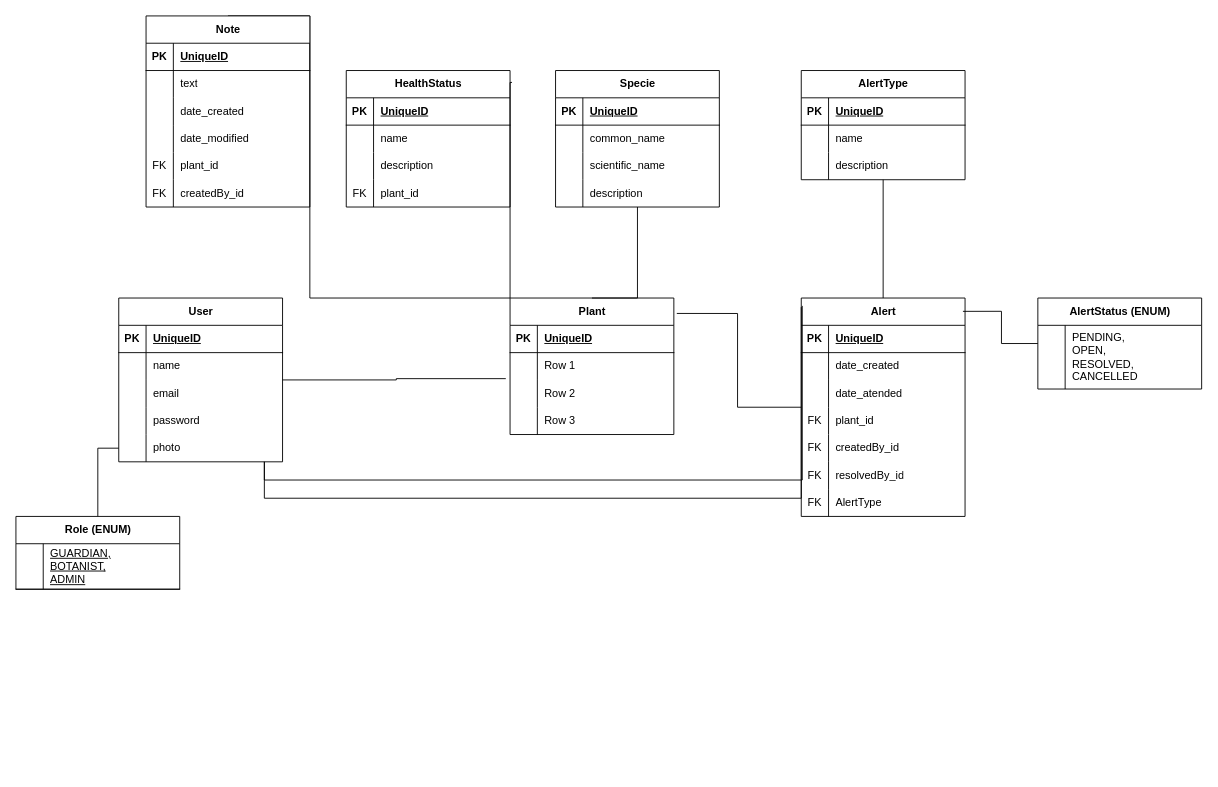
This is Counting Trees.drawio from victoriasegovia/Counting-Trees, a draw.io file, before an edit. Source tidied: cells renumbered, new cells numbered last; positions are measured from the earlier drawing's top-left corner, leaving out a move shared by most shapes. Both pictures are drawn from the tidied source at 91%, with x=0, y=0 at pixel (15, 15).
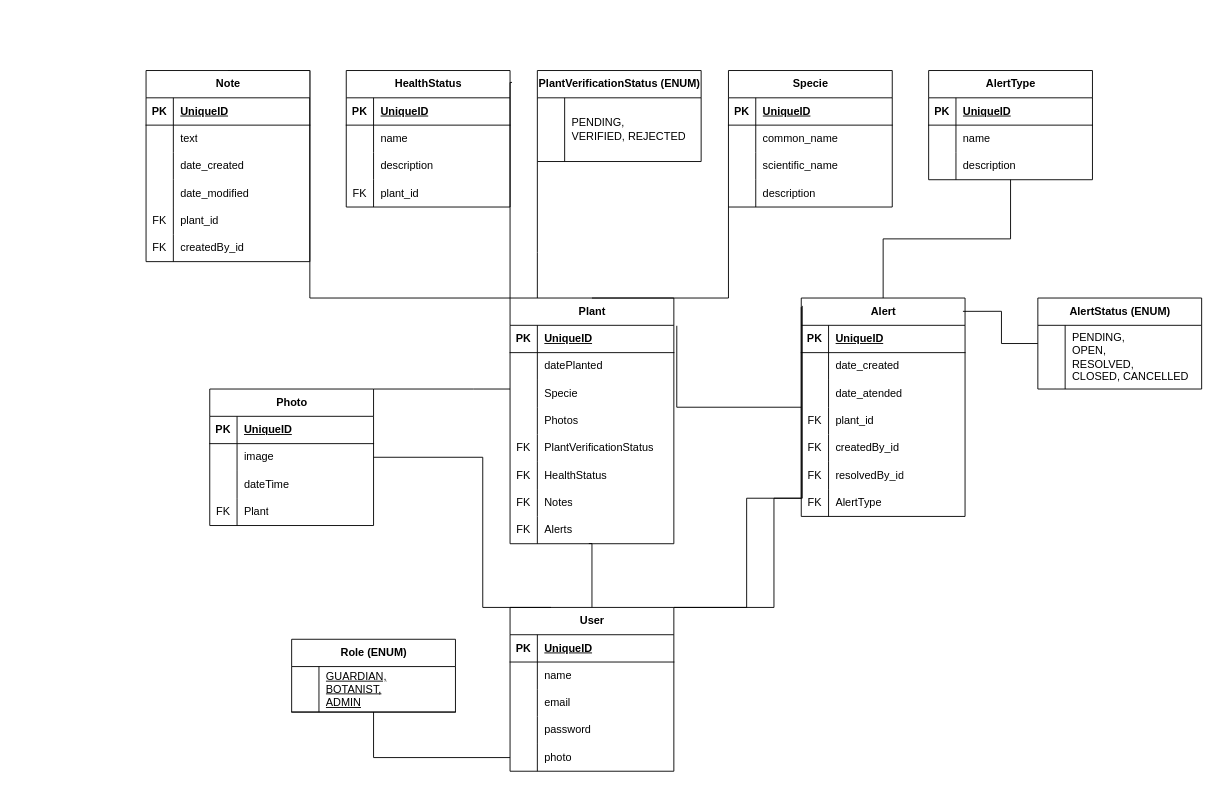
After the change.

Unchanged cells that the change refers to:
```xml
<mxCell id="7" style="shape=tableRow;horizontal=0;startSize=0;swimlaneHead=0;swimlaneBody=0;fillColor=none;top=0;left=0;right=0;bottom=0;" parent="3" vertex="1">
  <mxGeometry y="60" width="180" height="30" as="geometry" />
</mxCell>
<mxCell id="10" style="shape=tableRow;horizontal=0;startSize=0;swimlaneHead=0;swimlaneBody=0;fillColor=none;points=[[0,0.5],[1,0.5]];portConstraint=eastwest;top=0;left=0;right=0;bottom=0;" parent="3" vertex="1">
  <mxGeometry y="90" width="180" height="30" as="geometry" />
</mxCell>
<mxCell id="13" style="shape=tableRow;horizontal=0;startSize=0;swimlaneHead=0;swimlaneBody=0;fillColor=none;top=0;left=0;right=0;bottom=0;" parent="3" vertex="1">
  <mxGeometry y="120" width="180" height="30" as="geometry" />
</mxCell>
<mxCell id="16" value="Alert" style="shape=table;startSize=30;childLayout=tableLayout;rowLines=0;fontStyle=1;align=center;html=1;" parent="1" vertex="1">
  <mxGeometry x="863" y="310" width="180" height="240" as="geometry" />
</mxCell>
<mxCell id="122" style="shape=tableRow;horizontal=0;startSize=0;swimlaneHead=0;swimlaneBody=0;fillColor=none;top=0;left=0;right=0;bottom=0;" parent="121" vertex="1">
  <mxGeometry y="30" width="180" height="70" as="geometry" />
</mxCell>
```

What changed in the source:
```diff
@@
     <mxCell id="2" style="edgeStyle=orthogonalEdgeStyle;rounded=0;jettySize=auto;html=1;entryX=0.5;entryY=0;entryDx=0;entryDy=0;endArrow=none;endFill=0;" parent="1" edge="1" source="3" target="50">
       <mxGeometry relative="1" as="geometry">
         <Array as="points">
           <mxPoint x="323" y="310" />
-          <mxPoint x="323" />
+          <mxPoint x="323" y="60" />
         </Array>
       </mxGeometry>
     </mxCell>
+    <mxCell id="126" style="edgeStyle=orthogonalEdgeStyle;rounded=0;jettySize=auto;html=1;endArrow=none;endFill=0;" parent="1" edge="1" source="3" target="140">
+      <mxGeometry relative="1" as="geometry">
+        <Array as="points">
+          <mxPoint x="573" y="260" />
+          <mxPoint x="573" y="260" />
+        </Array>
+      </mxGeometry>
+    </mxCell>
     <mxCell id="3" value="Plant" style="shape=table;startSize=30;childLayout=tableLayout;rowLines=0;fontStyle=1;align=center;html=1;" parent="1" vertex="1">
-      <mxGeometry x="543" y="310" width="180" height="150" as="geometry" />
+      <mxGeometry x="543" y="310" width="180" height="270" as="geometry" />
     </mxCell>
@@
-    <mxCell id="9" value="Row 1" style="shape=partialRectangle;fillColor=none;top=0;left=0;bottom=0;right=0;align=left;spacingLeft=6;overflow=hidden;whiteSpace=wrap;html=1;" parent="7" vertex="1">
+    <mxCell id="9" value="datePlanted" style="shape=partialRectangle;fillColor=none;top=0;left=0;bottom=0;right=0;align=left;spacingLeft=6;overflow=hidden;whiteSpace=wrap;html=1;" parent="7" vertex="1">
       <mxGeometry x="30" width="150" height="30" as="geometry" />
     </mxCell>
@@
-    <mxCell id="12" value="Row 2" style="shape=partialRectangle;fillColor=none;top=0;left=0;bottom=0;right=0;align=left;spacingLeft=6;overflow=hidden;whiteSpace=wrap;html=1;" parent="10" vertex="1">
+    <mxCell id="12" value="Specie" style="shape=partialRectangle;fillColor=none;top=0;left=0;bottom=0;right=0;align=left;spacingLeft=6;overflow=hidden;whiteSpace=wrap;html=1;" parent="10" vertex="1">
       <mxGeometry x="30" width="150" height="30" as="geometry" />
     </mxCell>
@@
-    <mxCell id="15" value="Row 3" style="shape=partialRectangle;fillColor=none;top=0;left=0;bottom=0;right=0;align=left;spacingLeft=6;overflow=hidden;whiteSpace=wrap;html=1;" parent="13" vertex="1">
+    <mxCell id="15" value="Photos" style="shape=partialRectangle;fillColor=none;top=0;left=0;bottom=0;right=0;align=left;spacingLeft=6;overflow=hidden;whiteSpace=wrap;html=1;" parent="13" vertex="1">
       <mxGeometry x="30" width="150" height="30" as="geometry" />
     </mxCell>
+    <mxCell id="127" style="shape=tableRow;horizontal=0;startSize=0;swimlaneHead=0;swimlaneBody=0;fillColor=none;top=0;left=0;right=0;bottom=0;" parent="3" vertex="1">
+      <mxGeometry y="150" width="180" height="30" as="geometry" />
+    </mxCell>
+    <mxCell id="128" value="FK" style="shape=partialRectangle;fillColor=none;top=0;left=0;bottom=0;right=0;overflow=hidden;whiteSpace=wrap;html=1;" parent="127" vertex="1">
+      <mxGeometry width="30" height="30" as="geometry" />
+    </mxCell>
+    <mxCell id="129" value="PlantVerificationStatus" style="shape=partialRectangle;fillColor=none;top=0;left=0;bottom=0;right=0;align=left;spacingLeft=6;overflow=hidden;whiteSpace=wrap;html=1;" parent="127" vertex="1">
+      <mxGeometry x="30" width="150" height="30" as="geometry" />
+    </mxCell>
+    <mxCell id="130" style="shape=tableRow;horizontal=0;startSize=0;swimlaneHead=0;swimlaneBody=0;fillColor=none;top=0;left=0;right=0;bottom=0;" parent="3" vertex="1">
+      <mxGeometry y="180" width="180" height="30" as="geometry" />
+    </mxCell>
+    <mxCell id="131" value="FK" style="shape=partialRectangle;fillColor=none;top=0;left=0;bottom=0;right=0;overflow=hidden;whiteSpace=wrap;html=1;" parent="130" vertex="1">
+      <mxGeometry width="30" height="30" as="geometry" />
+    </mxCell>
+    <mxCell id="132" value="HealthStatus" style="shape=partialRectangle;fillColor=none;top=0;left=0;bottom=0;right=0;align=left;spacingLeft=6;overflow=hidden;whiteSpace=wrap;html=1;" parent="130" vertex="1">
+      <mxGeometry x="30" width="150" height="30" as="geometry" />
+    </mxCell>
+    <mxCell id="133" style="shape=tableRow;horizontal=0;startSize=0;swimlaneHead=0;swimlaneBody=0;fillColor=none;top=0;left=0;right=0;bottom=0;" parent="3" vertex="1">
+      <mxGeometry y="210" width="180" height="30" as="geometry" />
+    </mxCell>
+    <mxCell id="134" value="FK" style="shape=partialRectangle;fillColor=none;top=0;left=0;bottom=0;right=0;overflow=hidden;whiteSpace=wrap;html=1;" parent="133" vertex="1">
+      <mxGeometry width="30" height="30" as="geometry" />
+    </mxCell>
+    <mxCell id="135" value="Notes" style="shape=partialRectangle;fillColor=none;top=0;left=0;bottom=0;right=0;align=left;spacingLeft=6;overflow=hidden;whiteSpace=wrap;html=1;" parent="133" vertex="1">
+      <mxGeometry x="30" width="150" height="30" as="geometry" />
+    </mxCell>
+    <mxCell id="136" style="shape=tableRow;horizontal=0;startSize=0;swimlaneHead=0;swimlaneBody=0;fillColor=none;points=[[0,0.5],[1,0.5]];portConstraint=eastwest;top=0;left=0;right=0;bottom=0;" parent="3" vertex="1">
+      <mxGeometry y="240" width="180" height="30" as="geometry" />
+    </mxCell>
+    <mxCell id="137" value="FK" style="shape=partialRectangle;fillColor=none;top=0;left=0;bottom=0;right=0;overflow=hidden;whiteSpace=wrap;html=1;" parent="136" vertex="1">
+      <mxGeometry width="30" height="30" as="geometry" />
+    </mxCell>
+    <mxCell id="138" value="Alerts" style="shape=partialRectangle;fillColor=none;top=0;left=0;bottom=0;right=0;align=left;spacingLeft=6;overflow=hidden;whiteSpace=wrap;html=1;" parent="136" vertex="1">
+      <mxGeometry x="30" width="150" height="30" as="geometry" />
+    </mxCell>
@@
     <mxCell id="39" value="AlertType" style="shape=table;startSize=30;childLayout=tableLayout;rowLines=0;fontStyle=1;align=center;html=1;" parent="1" vertex="1">
-      <mxGeometry x="863" y="60" width="180" height="120" as="geometry" />
+      <mxGeometry x="1003" y="60" width="180" height="120" as="geometry" />
     </mxCell>
@@
     <mxCell id="49" style="edgeStyle=orthogonalEdgeStyle;rounded=0;jettySize=auto;html=1;entryX=1.018;entryY=0.113;entryDx=0;entryDy=0;entryPerimeter=0;endArrow=none;endFill=0;" parent="1" edge="1" source="16" target="3">
-      <mxGeometry relative="1" as="geometry" />
+      <mxGeometry relative="1" as="geometry">
+        <Array as="points">
+          <mxPoint x="726" y="430" />
+        </Array>
+      </mxGeometry>
     </mxCell>
     <mxCell id="50" value="Note" style="shape=table;startSize=30;childLayout=tableLayout;rowLines=0;fontStyle=1;align=center;html=1;" parent="1" vertex="1">
-      <mxGeometry x="143" width="180" height="210" as="geometry" />
+      <mxGeometry x="143" y="60" width="180" height="210" as="geometry" />
     </mxCell>
@@
     <mxCell id="83" style="edgeStyle=orthogonalEdgeStyle;rounded=0;jettySize=auto;html=1;entryX=0.5;entryY=0;entryDx=0;entryDy=0;endArrow=none;endFill=0;" parent="1" edge="1" source="84" target="3">
       <mxGeometry relative="1" as="geometry">
         <Array as="points">
-          <mxPoint x="683" y="310" />
+          <mxPoint x="783" y="310" />
         </Array>
       </mxGeometry>
     </mxCell>
     <mxCell id="84" value="Specie" style="shape=table;startSize=30;childLayout=tableLayout;rowLines=0;fontStyle=1;align=center;html=1;" parent="1" vertex="1">
-      <mxGeometry x="593" y="60" width="180" height="150" as="geometry" />
+      <mxGeometry x="783" y="60" width="180" height="150" as="geometry" />
     </mxCell>
@@
     <mxCell id="97" value="User" style="shape=table;startSize=30;childLayout=tableLayout;rowLines=0;fontStyle=1;align=center;html=1;" parent="1" vertex="1">
-      <mxGeometry x="113" y="310" width="180" height="180" as="geometry" />
+      <mxGeometry x="543" y="650" width="180" height="180" as="geometry" />
     </mxCell>
@@
     <mxCell id="114" value="Role (ENUM)" style="shape=table;startSize=30;childLayout=tableLayout;rowLines=0;fontStyle=1;align=center;html=1;" parent="1" vertex="1">
-      <mxGeometry y="550" width="180" height="80" as="geometry" />
+      <mxGeometry x="303" y="685" width="180" height="80" as="geometry" />
     </mxCell>
@@
-    <mxCell id="118" style="edgeStyle=orthogonalEdgeStyle;rounded=0;jettySize=auto;html=1;entryX=-0.026;entryY=-0.047;entryDx=0;entryDy=0;entryPerimeter=0;endArrow=none;endFill=0;" parent="1" edge="1" source="97" target="10">
-      <mxGeometry relative="1" as="geometry" />
-    </mxCell>
     <mxCell id="119" style="edgeStyle=orthogonalEdgeStyle;rounded=0;jettySize=auto;html=1;entryX=0.006;entryY=0.036;entryDx=0;entryDy=0;entryPerimeter=0;endArrow=none;endFill=0;" parent="1" edge="1" source="97" target="16">
       <mxGeometry relative="1" as="geometry">
         <Array as="points">
-          <mxPoint x="273" y="510" />
-          <mxPoint x="864" y="510" />
+          <mxPoint x="803" y="650" />
+          <mxPoint x="803" y="530" />
+          <mxPoint x="864" y="530" />
         </Array>
       </mxGeometry>
     </mxCell>
     <mxCell id="120" style="edgeStyle=orthogonalEdgeStyle;rounded=0;jettySize=auto;html=1;endArrow=none;endFill=0;" parent="1" edge="1" source="97">
       <mxGeometry relative="1" as="geometry">
         <mxPoint x="863" y="320" as="targetPoint" />
         <Array as="points">
-          <mxPoint x="273" y="530" />
+          <mxPoint x="833" y="650" />
+          <mxPoint x="833" y="530" />
           <mxPoint x="863" y="530" />
         </Array>
       </mxGeometry>
     </mxCell>
@@
-    <mxCell id="124" value="PENDING,&amp;nbsp;&lt;div&gt;OPEN, &lt;br&gt;RESOLVED, CANCELLED&lt;/div&gt;" style="shape=partialRectangle;fillColor=none;top=0;left=0;bottom=0;right=0;align=left;spacingLeft=6;overflow=hidden;whiteSpace=wrap;html=1;" parent="122" vertex="1">
+    <mxCell id="124" value="PENDING,&amp;nbsp;&lt;div&gt;OPEN, &lt;br&gt;RESOLVED,&lt;br&gt;CLOSED, CANCELLED&lt;/div&gt;" style="shape=partialRectangle;fillColor=none;top=0;left=0;bottom=0;right=0;align=left;spacingLeft=6;overflow=hidden;whiteSpace=wrap;html=1;" parent="122" vertex="1">
       <mxGeometry x="30" width="150" height="70" as="geometry" />
     </mxCell>
@@
+    <mxCell id="139" value="PlantVerificationStatus (ENUM)" style="shape=table;startSize=30;childLayout=tableLayout;rowLines=0;fontStyle=1;align=center;html=1;" parent="1" vertex="1">
+      <mxGeometry x="573" y="60" width="180" height="100" as="geometry" />
+    </mxCell>
+    <mxCell id="140" style="shape=tableRow;horizontal=0;startSize=0;swimlaneHead=0;swimlaneBody=0;fillColor=none;points=[[0,0.5],[1,0.5]];portConstraint=eastwest;top=0;left=0;right=0;bottom=0;" parent="139" vertex="1">
+      <mxGeometry y="30" width="180" height="70" as="geometry" />
+    </mxCell>
+    <mxCell id="141" style="shape=partialRectangle;fillColor=none;top=0;left=0;bottom=0;right=0;overflow=hidden;whiteSpace=wrap;html=1;" parent="140" vertex="1">
+      <mxGeometry width="30" height="70" as="geometry" />
+    </mxCell>
+    <mxCell id="142" value="PENDING,&amp;nbsp;&lt;div&gt;VERIFIED, REJECTED&lt;/div&gt;" style="shape=partialRectangle;fillColor=none;top=0;left=0;bottom=0;right=0;align=left;spacingLeft=6;overflow=hidden;whiteSpace=wrap;html=1;" parent="140" vertex="1">
+      <mxGeometry x="30" width="150" height="70" as="geometry" />
+    </mxCell>
+    <mxCell id="143" style="edgeStyle=orthogonalEdgeStyle;rounded=0;jettySize=auto;html=1;endArrow=none;endFill=0;" parent="1" edge="1" source="145" target="3">
+      <mxGeometry relative="1" as="geometry">
+        <Array as="points">
+          <mxPoint x="503" y="410" />
+          <mxPoint x="503" y="410" />
+        </Array>
+      </mxGeometry>
+    </mxCell>
+    <mxCell id="144" style="edgeStyle=orthogonalEdgeStyle;rounded=0;jettySize=auto;html=1;entryX=0.25;entryY=0;entryDx=0;entryDy=0;endArrow=none;endFill=0;" parent="1" edge="1" source="145" target="97">
+      <mxGeometry relative="1" as="geometry">
+        <Array as="points">
+          <mxPoint x="513" y="485" />
+          <mxPoint x="513" y="650" />
+        </Array>
+      </mxGeometry>
+    </mxCell>
+    <mxCell id="145" value="Photo" style="shape=table;startSize=30;childLayout=tableLayout;rowLines=0;fontStyle=1;align=center;html=1;" parent="1" vertex="1">
+      <mxGeometry x="213" y="410" width="180" height="150" as="geometry" />
+    </mxCell>
+    <mxCell id="146" style="shape=tableRow;horizontal=0;startSize=0;swimlaneHead=0;swimlaneBody=0;fillColor=none;top=0;left=0;right=0;bottom=1;" parent="145" vertex="1">
+      <mxGeometry y="30" width="180" height="30" as="geometry" />
+    </mxCell>
+    <mxCell id="147" value="PK" style="shape=partialRectangle;fillColor=none;top=0;left=0;bottom=0;right=0;fontStyle=1;overflow=hidden;whiteSpace=wrap;html=1;" parent="146" vertex="1">
+      <mxGeometry width="30" height="30" as="geometry" />
+    </mxCell>
+    <mxCell id="148" value="UniqueID" style="shape=partialRectangle;fillColor=none;top=0;left=0;bottom=0;right=0;align=left;spacingLeft=6;fontStyle=5;overflow=hidden;whiteSpace=wrap;html=1;" parent="146" vertex="1">
+      <mxGeometry x="30" width="150" height="30" as="geometry" />
+    </mxCell>
+    <mxCell id="149" style="shape=tableRow;horizontal=0;startSize=0;swimlaneHead=0;swimlaneBody=0;fillColor=none;top=0;left=0;right=0;bottom=0;" parent="145" vertex="1">
+      <mxGeometry y="60" width="180" height="30" as="geometry" />
+    </mxCell>
+    <mxCell id="150" style="shape=partialRectangle;fillColor=none;top=0;left=0;bottom=0;right=0;overflow=hidden;whiteSpace=wrap;html=1;" parent="149" vertex="1">
+      <mxGeometry width="30" height="30" as="geometry" />
+    </mxCell>
+    <mxCell id="151" value="image" style="shape=partialRectangle;fillColor=none;top=0;left=0;bottom=0;right=0;align=left;spacingLeft=6;overflow=hidden;whiteSpace=wrap;html=1;" parent="149" vertex="1">
+      <mxGeometry x="30" width="150" height="30" as="geometry" />
+    </mxCell>
+    <mxCell id="152" style="shape=tableRow;horizontal=0;startSize=0;swimlaneHead=0;swimlaneBody=0;fillColor=none;top=0;left=0;right=0;bottom=0;" parent="145" vertex="1">
+      <mxGeometry y="90" width="180" height="30" as="geometry" />
+    </mxCell>
+    <mxCell id="153" style="shape=partialRectangle;fillColor=none;top=0;left=0;bottom=0;right=0;overflow=hidden;whiteSpace=wrap;html=1;" parent="152" vertex="1">
+      <mxGeometry width="30" height="30" as="geometry" />
+    </mxCell>
+    <mxCell id="154" value="dateTime" style="shape=partialRectangle;fillColor=none;top=0;left=0;bottom=0;right=0;align=left;spacingLeft=6;overflow=hidden;whiteSpace=wrap;html=1;" parent="152" vertex="1">
+      <mxGeometry x="30" width="150" height="30" as="geometry" />
+    </mxCell>
+    <mxCell id="155" style="shape=tableRow;horizontal=0;startSize=0;swimlaneHead=0;swimlaneBody=0;fillColor=none;top=0;left=0;right=0;bottom=0;" parent="145" vertex="1">
+      <mxGeometry y="120" width="180" height="30" as="geometry" />
+    </mxCell>
+    <mxCell id="156" value="FK" style="shape=partialRectangle;fillColor=none;top=0;left=0;bottom=0;right=0;overflow=hidden;whiteSpace=wrap;html=1;" parent="155" vertex="1">
+      <mxGeometry width="30" height="30" as="geometry" />
+    </mxCell>
+    <mxCell id="157" value="Plant" style="shape=partialRectangle;fillColor=none;top=0;left=0;bottom=0;right=0;align=left;spacingLeft=6;overflow=hidden;whiteSpace=wrap;html=1;" parent="155" vertex="1">
+      <mxGeometry x="30" width="150" height="30" as="geometry" />
+    </mxCell>
+    <mxCell id="158" style="edgeStyle=orthogonalEdgeStyle;rounded=0;jettySize=auto;html=1;entryX=0.481;entryY=0.994;entryDx=0;entryDy=0;entryPerimeter=0;endArrow=none;endFill=0;" parent="1" edge="1" source="97" target="136">
+      <mxGeometry relative="1" as="geometry">
+        <Array as="points">
+          <mxPoint x="633" y="580" />
+        </Array>
+      </mxGeometry>
+    </mxCell>
```
